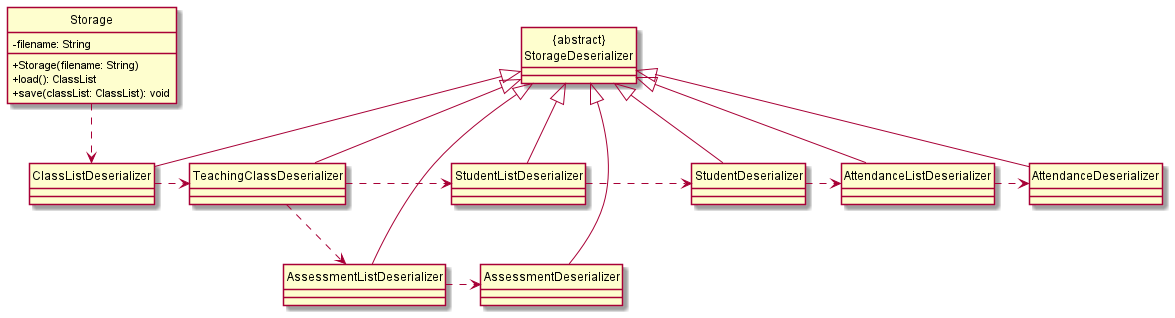
The PlantUML diagram docs/diagrams/class/StorageClassDiagram.png in nus-cs2113-AY2122S1/tp, before a commit.
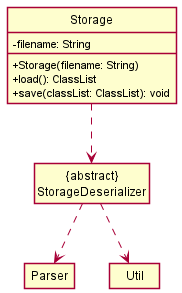
The same diagram one commit later.

The edit, as a diff of the source:
```diff
@@ -7,25 +7,12 @@
     +load(): ClassList
     +save(classList: ClassList): void
 }
+class Parser
+class Util
+class StorageDeserializer as "{abstract}\nStorageDeserializer"
 
-class StorageDeserializer as "{abstract}\nStorageDeserializer"
-class AssessmentDeserializer extends StorageDeserializer
-class AssessmentListDeserializer extends StorageDeserializer
-class AttendanceDeserializer extends StorageDeserializer
-class AttendanceListDeserializer extends StorageDeserializer
-class ClassListDeserializer extends StorageDeserializer
-class TeachingClassDeserializer extends StorageDeserializer
-class StudentDeserializer extends StorageDeserializer
-class StudentListDeserializer extends StorageDeserializer
-
-Storage .down.> ClassListDeserializer
-ClassListDeserializer .right.> TeachingClassDeserializer
-TeachingClassDeserializer .right.> StudentListDeserializer
-TeachingClassDeserializer .down.> AssessmentListDeserializer
-StudentListDeserializer .right.> StudentDeserializer
-StudentDeserializer .right.> AttendanceListDeserializer
-AttendanceListDeserializer .right.> AttendanceDeserializer
-AssessmentListDeserializer .right.> AssessmentDeserializer
-AssessmentDeserializer -up[hidden]- StudentListDeserializer
+Storage .down.> StorageDeserializer
+StorageDeserializer .down.> Parser
+StorageDeserializer .down.> Util
 
 @enduml
```
